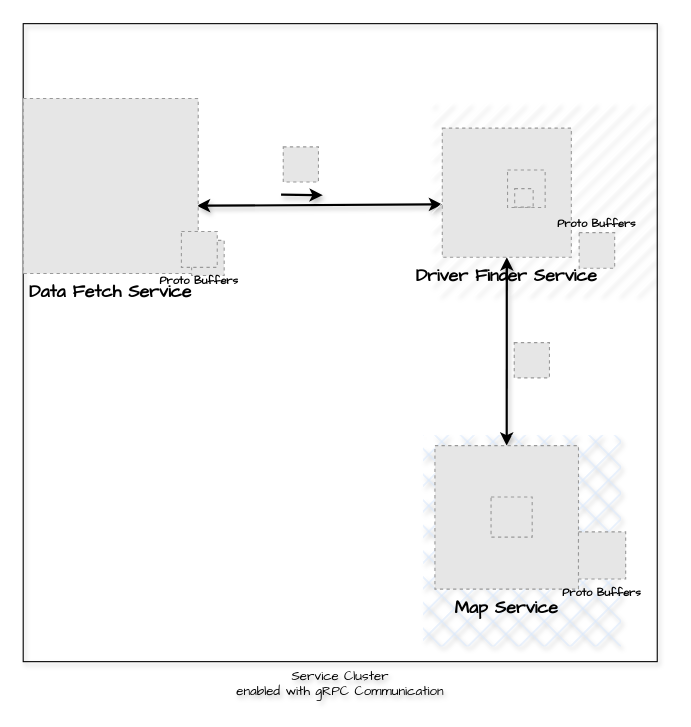
Above: 10. Design Cab sharing System/Resources/HLDfindADriver3.drawio in SweetCodey/system-design-masterclass (draw.io), before the change. Source tidied: cells renumbered, new cells numbered last; positions are measured from the earlier drawing's top-left corner, leaving out a move shared by most shapes. Both pictures are drawn from the tidied source at 110%, with x=0, y=0 at pixel (23, 23). Pictures stored in the file or linked from it are replaced by grey dashed boxes.
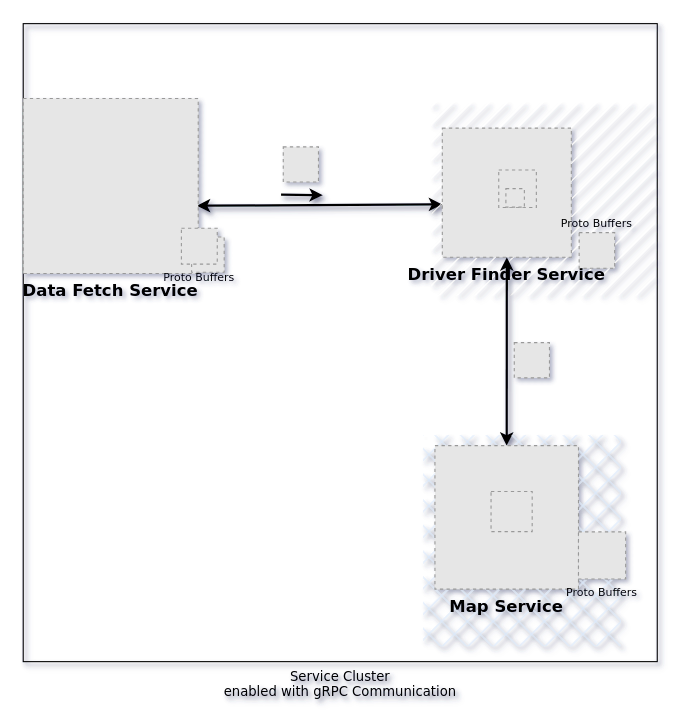
The same page after the edit.

What changed in the source:
```diff
@@
-<mxGraphModel>
+<mxGraphModel shadow="1">
@@
-    <mxCell id="2" value="&lt;font&gt;Service Cluster&lt;/font&gt;&lt;div&gt;&lt;font&gt;enabled with gRPC Communication&lt;/font&gt;&lt;/div&gt;" style="rounded=0;whiteSpace=wrap;html=1;fillColor=none;labelPosition=center;verticalLabelPosition=bottom;align=center;verticalAlign=top;fontFamily=Comic Sans MS;fontSize=12;fontStyle=0;shadow=1;textShadow=1;labelBackgroundColor=none;" parent="1" vertex="1">
+    <mxCell id="2" value="&lt;font&gt;Service Cluster&lt;/font&gt;&lt;div&gt;&lt;font&gt;enabled with gRPC Communication&lt;/font&gt;&lt;/div&gt;" style="rounded=0;whiteSpace=wrap;html=1;fillColor=none;labelPosition=center;verticalLabelPosition=bottom;align=center;verticalAlign=top;fontFamily=Verdana;fontSize=12;fontStyle=0;shadow=1;textShadow=1;labelBackgroundColor=none;" parent="1" vertex="1">
       <mxGeometry x="-0.4" width="576.4" height="580" as="geometry" />
     </mxCell>
-    <mxCell id="3" style="endArrow=classic;startArrow=classic;html=1;rounded=0;exitX=0.992;exitY=0.613;exitDx=0;exitDy=0;fontSize=16;strokeWidth=2;shadow=1;textShadow=1;labelBackgroundColor=none;exitPerimeter=0;entryX=-0.001;entryY=0.591;entryDx=0;entryDy=0;entryPerimeter=0;" parent="1" edge="1" source="16" target="8">
+    <mxCell id="3" style="endArrow=classic;startArrow=classic;html=1;rounded=0;exitX=0.992;exitY=0.613;exitDx=0;exitDy=0;fontSize=16;strokeWidth=2;shadow=1;textShadow=1;labelBackgroundColor=none;exitPerimeter=0;entryX=-0.001;entryY=0.591;entryDx=0;entryDy=0;entryPerimeter=0;fontFamily=Verdana;" parent="1" edge="1" source="16" target="8">
       <mxGeometry relative="1" as="geometry" />
     </mxCell>
-    <mxCell id="4" style="endArrow=classic;html=1;rounded=0;fillColor=#f0a30a;strokeColor=light-dark(#000000, #c17f1f);shadow=1;strokeWidth=2;textShadow=1;fontSize=16;labelBackgroundColor=none;" parent="1" edge="1">
+    <mxCell id="4" style="endArrow=classic;html=1;rounded=0;fillColor=#f0a30a;strokeColor=light-dark(#000000, #c17f1f);shadow=1;strokeWidth=2;textShadow=1;fontSize=16;labelBackgroundColor=none;fontFamily=Verdana;" parent="1" edge="1">
       <mxGeometry relative="1" as="geometry">
         <mxPoint x="234" y="155.5" as="sourcePoint" />
         <mxPoint x="272" y="155.9" as="targetPoint" />
       </mxGeometry>
     </mxCell>
-    <mxCell id="5" style="group;shadow=1;fillStyle=hatch;glass=0;rounded=0;fillColor=default;textShadow=1;fontSize=16;labelBackgroundColor=none;" parent="1" vertex="1">
+    <mxCell id="5" style="group;shadow=1;fillStyle=hatch;glass=0;rounded=0;fillColor=default;textShadow=1;fontSize=16;labelBackgroundColor=none;fontFamily=Verdana;" parent="1" vertex="1">
       <mxGeometry x="371" y="72" width="202.6" height="175" as="geometry" />
     </mxCell>
@@
-    <mxCell id="7" style="group;" parent="5" vertex="1">
+    <mxCell id="7" style="group;fontFamily=Verdana;textShadow=1;shadow=1;" parent="5" vertex="1">
       <mxGeometry x="9.6" y="23" width="187.2" height="133.8" as="geometry" />
     </mxCell>
-    <mxCell id="8" value="Driver Finder Service" style="fillColor=#E6E6E6;strokeColor=#999999;dashed=1;verticalLabelPosition=bottom;labelBackgroundColor=none;verticalAlign=top;labelPosition=center;align=center;fontSize=16;fontFamily=Comic Sans MS;fontStyle=1;" parent="7" vertex="1">
+    <mxCell id="8" value="Driver Finder Service" style="fillColor=#E6E6E6;strokeColor=#999999;dashed=1;verticalLabelPosition=bottom;labelBackgroundColor=none;verticalAlign=top;labelPosition=center;align=center;fontSize=15;fontFamily=Verdana;fontStyle=1;" parent="7" vertex="1">
       <mxGeometry width="117.3" height="117.3" as="geometry" />
     </mxCell>
-    <mxCell id="9" style="fillColor=#E6E6E6;strokeColor=#999999;dashed=1;verticalLabelPosition=bottom;labelBackgroundColor=none;verticalAlign=top;" parent="7" vertex="1">
-      <mxGeometry x="59.3" y="38" width="34.2" height="34.2" as="geometry" />
+    <mxCell id="9" style="fillColor=#E6E6E6;strokeColor=#999999;dashed=1;verticalLabelPosition=bottom;labelBackgroundColor=none;verticalAlign=top;fontFamily=Verdana;" parent="7" vertex="1">
+      <mxGeometry x="51.3" y="38" width="34.2" height="34.2" as="geometry" />
     </mxCell>
-    <mxCell id="10" style="fillColor=#E6E6E6;strokeColor=#999999;dashed=1;verticalLabelPosition=bottom;labelBackgroundColor=none;verticalAlign=top;" parent="7" vertex="1">
-      <mxGeometry x="65.8" y="55" width="16.8" height="16.8" as="geometry" />
+    <mxCell id="10" style="fillColor=#E6E6E6;strokeColor=#999999;dashed=1;verticalLabelPosition=bottom;labelBackgroundColor=none;verticalAlign=top;fontFamily=Verdana;" parent="7" vertex="1">
+      <mxGeometry x="57.8" y="55" width="16.8" height="16.8" as="geometry" />
     </mxCell>
-    <mxCell id="11" value="Proto Buffers" style="fillColor=#E6E6E6;strokeColor=#999999;dashed=1;verticalLabelPosition=top;labelBackgroundColor=none;verticalAlign=bottom;fontSize=10;fontFamily=Comic Sans MS;fontStyle=1;labelPosition=center;align=center;" parent="7" vertex="1">
+    <mxCell id="11" value="Proto Buffers" style="fillColor=#E6E6E6;strokeColor=#999999;dashed=1;verticalLabelPosition=top;labelBackgroundColor=none;verticalAlign=bottom;fontSize=10;fontFamily=Verdana;fontStyle=0;labelPosition=center;align=center;" parent="7" vertex="1">
       <mxGeometry x="124.4" y="95" width="32.3" height="32.3" as="geometry" />
     </mxCell>
-    <mxCell id="12" style="fillColor=#E6E6E6;strokeColor=#999999;dashed=1;verticalLabelPosition=bottom;labelBackgroundColor=none;verticalAlign=top;fontSize=16;" parent="1" vertex="1">
+    <mxCell id="12" style="fillColor=#E6E6E6;strokeColor=#999999;dashed=1;verticalLabelPosition=bottom;labelBackgroundColor=none;verticalAlign=top;fontSize=16;fontFamily=Verdana;" parent="1" vertex="1">
       <mxGeometry x="446" y="290" width="32" height="32" as="geometry" />
     </mxCell>
-    <mxCell id="13" style="endArrow=classic;startArrow=classic;html=1;rounded=0;fontSize=16;strokeWidth=2;shadow=1;textShadow=1;entryX=0.5;entryY=1;entryDx=0;entryDy=0;exitX=0.5;exitY=0;exitDx=0;exitDy=0;labelBackgroundColor=none;" parent="1" edge="1" source="23" target="8">
+    <mxCell id="13" style="endArrow=classic;startArrow=classic;html=1;rounded=0;fontSize=16;strokeWidth=2;shadow=1;textShadow=1;entryX=0.5;entryY=1;entryDx=0;entryDy=0;exitX=0.5;exitY=0;exitDx=0;exitDy=0;labelBackgroundColor=none;fontFamily=Verdana;" parent="1" edge="1" source="23" target="8">
       <mxGeometry relative="1" as="geometry" />
     </mxCell>
-    <mxCell id="14" style="fillColor=#E6E6E6;strokeColor=#999999;dashed=1;verticalLabelPosition=bottom;labelBackgroundColor=none;verticalAlign=top;fontSize=16;" parent="1" vertex="1">
+    <mxCell id="14" style="fillColor=#E6E6E6;strokeColor=#999999;dashed=1;verticalLabelPosition=bottom;labelBackgroundColor=none;verticalAlign=top;fontSize=16;fontFamily=Verdana;" parent="1" vertex="1">
       <mxGeometry x="236" y="112" width="32" height="32" as="geometry" />
     </mxCell>
-    <mxCell id="15" style="group;fontSize=15;textShadow=1;labelBackgroundColor=none;shadow=1;" parent="1" vertex="1">
+    <mxCell id="15" style="group;fontSize=15;textShadow=1;labelBackgroundColor=none;shadow=1;fontFamily=Verdana;" parent="1" vertex="1">
       <mxGeometry x="-0.4" y="68" width="216.4" height="232" as="geometry" />
     </mxCell>
-    <mxCell id="16" value="Data Fetch Service" style="fillColor=#E6E6E6;strokeColor=#999999;dashed=1;verticalLabelPosition=bottom;labelBackgroundColor=none;verticalAlign=top;fontFamily=Comic Sans MS;fontSize=16;fontStyle=1;" parent="15" vertex="1">
+    <mxCell id="16" value="Data Fetch Service" style="fillColor=#E6E6E6;strokeColor=#999999;dashed=1;verticalLabelPosition=bottom;labelBackgroundColor=none;verticalAlign=top;fontFamily=Verdana;fontSize=15;fontStyle=1;" parent="15" vertex="1">
       <mxGeometry width="159.1" height="159.1" as="geometry" />
     </mxCell>
-    <mxCell id="17" style="group;textShadow=1;labelBackgroundColor=none;shadow=1;fontSize=10;" parent="15" vertex="1">
+    <mxCell id="17" style="group;textShadow=1;labelBackgroundColor=none;shadow=1;fontSize=10;fontFamily=Verdana;" parent="15" vertex="1">
       <mxGeometry x="156.4" y="121" width="45.5" height="51.2" as="geometry" />
     </mxCell>
-    <mxCell id="18" style="fillColor=#E6E6E6;strokeColor=#999999;dashed=1;verticalLabelPosition=bottom;labelBackgroundColor=none;verticalAlign=top;fontSize=10;" parent="17" vertex="1">
-      <mxGeometry x="-3.3" y="8" width="29.6" height="32" as="geometry" />
+    <mxCell id="18" style="fillColor=#E6E6E6;strokeColor=#999999;dashed=1;verticalLabelPosition=bottom;labelBackgroundColor=none;verticalAlign=top;fontSize=10;fontFamily=Verdana;" parent="17" vertex="1">
+      <mxGeometry x="-3.3" y="5" width="29.6" height="32" as="geometry" />
     </mxCell>
-    <mxCell id="19" value="Proto Buffers" style="fillColor=#E6E6E6;strokeColor=#999999;dashed=1;verticalLabelPosition=bottom;labelBackgroundColor=none;verticalAlign=top;fontSize=10;fontFamily=Comic Sans MS;fontStyle=1;" parent="17" vertex="1">
-      <mxGeometry x="-12.6" width="32.6" height="32.6" as="geometry" />
+    <mxCell id="19" value="Proto Buffers" style="fillColor=#E6E6E6;strokeColor=#999999;dashed=1;verticalLabelPosition=bottom;labelBackgroundColor=none;verticalAlign=top;fontSize=10;fontFamily=Verdana;fontStyle=0;" parent="17" vertex="1">
+      <mxGeometry x="-12.6" y="-3" width="32.6" height="32.6" as="geometry" />
     </mxCell>
-    <mxCell id="20" style="group;" parent="1" vertex="1">
+    <mxCell id="20" style="group;fontFamily=Verdana;textShadow=1;shadow=1;" parent="1" vertex="1">
       <mxGeometry x="360" y="370" width="180" height="192" as="geometry" />
     </mxCell>
-    <mxCell id="21" style="group;" parent="20" vertex="1">
+    <mxCell id="21" style="group;fontFamily=Verdana;textShadow=1;shadow=1;" parent="20" vertex="1">
       <mxGeometry x="3.1" y="4.1" width="180" height="192" as="geometry" />
     </mxCell>
-    <mxCell id="22" style="group;fillColor=#dae8fc;fillStyle=cross-hatch;strokeColor=none;strokeWidth=2;fontSize=16;textShadow=1;labelBackgroundColor=none;shadow=1;" parent="21" vertex="1">
+    <mxCell id="22" style="group;fillColor=#dae8fc;fillStyle=cross-hatch;strokeColor=none;strokeWidth=2;fontSize=16;textShadow=1;labelBackgroundColor=none;shadow=1;fontFamily=Verdana;" parent="21" vertex="1">
       <mxGeometry width="180" height="192" as="geometry" />
     </mxCell>
-    <mxCell id="23" value="Map Service" style="fillColor=#E6E6E6;strokeColor=#999999;dashed=1;verticalLabelPosition=bottom;labelBackgroundColor=none;verticalAlign=top;fontFamily=Comic Sans MS;fontSize=16;fontStyle=1;" parent="21" vertex="1">
+    <mxCell id="23" value="Map Service" style="fillColor=#E6E6E6;strokeColor=#999999;dashed=1;verticalLabelPosition=bottom;labelBackgroundColor=none;verticalAlign=top;fontFamily=Verdana;fontSize=15;fontStyle=1;" parent="21" vertex="1">
       <mxGeometry x="10.8" y="9.5" width="130.5" height="130.5" as="geometry" />
     </mxCell>
-    <mxCell id="24" style="fillColor=#E6E6E6;strokeColor=#999999;dashed=1;verticalLabelPosition=bottom;labelBackgroundColor=none;verticalAlign=top;" parent="21" vertex="1">
-      <mxGeometry x="61.8" y="56.2" width="37.4" height="36.5" as="geometry" />
+    <mxCell id="24" style="fillColor=#E6E6E6;strokeColor=#999999;dashed=1;verticalLabelPosition=bottom;labelBackgroundColor=none;verticalAlign=top;fontFamily=Verdana;" parent="21" vertex="1">
+      <mxGeometry x="61.8" y="51.2" width="37.4" height="36.5" as="geometry" />
     </mxCell>
-    <mxCell id="25" value="Proto Buffers" style="fillColor=#E6E6E6;strokeColor=#999999;dashed=1;verticalLabelPosition=bottom;labelBackgroundColor=none;verticalAlign=top;fontSize=10;fontFamily=Comic Sans MS;fontStyle=1;" parent="21" vertex="1">
+    <mxCell id="25" value="Proto Buffers" style="fillColor=#E6E6E6;strokeColor=#999999;dashed=1;verticalLabelPosition=bottom;labelBackgroundColor=none;verticalAlign=top;fontSize=10;fontFamily=Verdana;fontStyle=0;" parent="21" vertex="1">
       <mxGeometry x="141.3" y="87.9" width="42.9" height="42.9" as="geometry" />
     </mxCell>
```
